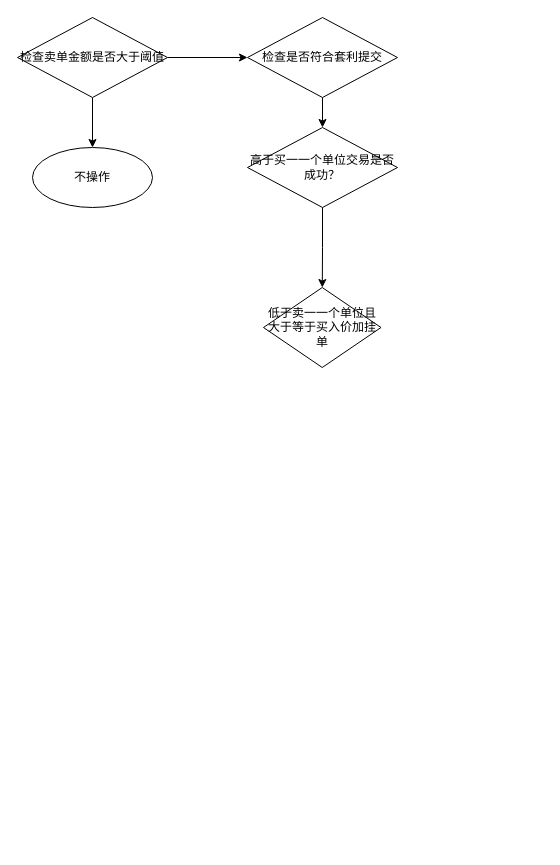
Above: page "第 2 页" (2 of 2) of gate.drawio in fzuguo/hello-world (draw.io), before the change. Source tidied: cells renumbered, new cells numbered last; positions are measured from the earlier drawing's top-left corner, leaving out a move shared by most shapes. Both pictures are drawn from the tidied source at 100%, with x=0, y=0 at pixel (17, 17).
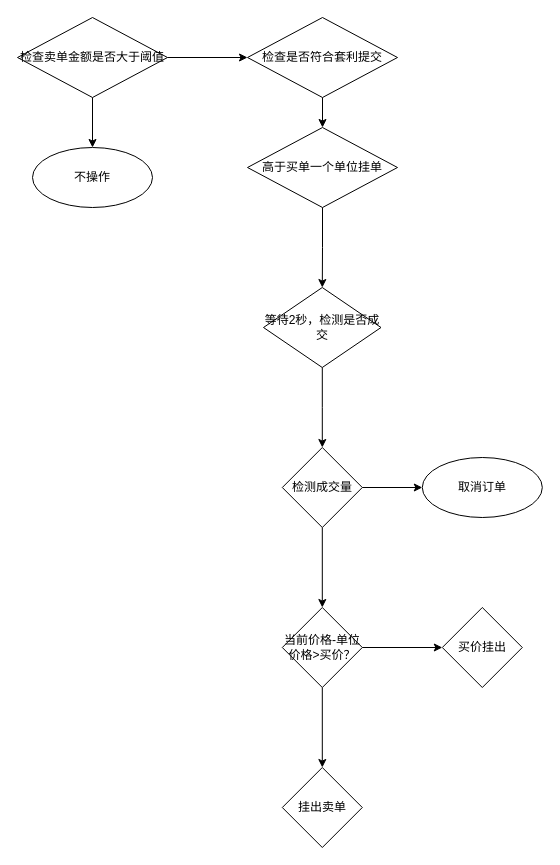
The same page after the edit.

What changed in the source:
```diff
@@
-    <mxCell id="9" value="高于买一一个单位交易是否成功？" style="rhombus;whiteSpace=wrap;html=1;" parent="1" vertex="1">
+    <mxCell id="9" value="高于买单一个单位挂单" style="rhombus;whiteSpace=wrap;html=1;" parent="1" vertex="1">
       <mxGeometry x="230" y="110" width="150" height="80" as="geometry" />
     </mxCell>
+    <mxCell id="11" style="edgeStyle=orthogonalEdgeStyle;rounded=0;jettySize=auto;html=1;" parent="1" edge="1" source="10" target="14">
+      <mxGeometry relative="1" as="geometry" />
+    </mxCell>
-    <mxCell id="10" value="低于卖一一个单位且 大于等于买入价加挂单" style="rhombus;whiteSpace=wrap;html=1;" parent="1" vertex="1">
+    <mxCell id="10" value="等待2秒，检测是否成交" style="rhombus;whiteSpace=wrap;html=1;" parent="1" vertex="1">
       <mxGeometry x="246" y="270" width="117.5" height="80" as="geometry" />
     </mxCell>
+    <mxCell id="12" style="edgeStyle=orthogonalEdgeStyle;rounded=0;jettySize=auto;html=1;" parent="1" edge="1" source="14" target="17">
+      <mxGeometry relative="1" as="geometry" />
+    </mxCell>
+    <mxCell id="13" style="edgeStyle=orthogonalEdgeStyle;rounded=0;jettySize=auto;html=1;" parent="1" edge="1" source="14" target="20">
+      <mxGeometry relative="1" as="geometry" />
+    </mxCell>
+    <mxCell id="14" value="检测成交量" style="rhombus;whiteSpace=wrap;html=1;" parent="1" vertex="1">
+      <mxGeometry x="264.8" y="430" width="80" height="80" as="geometry" />
+    </mxCell>
+    <mxCell id="15" style="edgeStyle=orthogonalEdgeStyle;rounded=0;jettySize=auto;html=1;" parent="1" edge="1" source="17" target="18">
+      <mxGeometry relative="1" as="geometry" />
+    </mxCell>
+    <mxCell id="16" style="edgeStyle=orthogonalEdgeStyle;rounded=0;jettySize=auto;html=1;" parent="1" edge="1" source="17" target="19">
+      <mxGeometry relative="1" as="geometry" />
+    </mxCell>
+    <mxCell id="17" value="当前价格-单位价格&amp;gt;买价？" style="rhombus;whiteSpace=wrap;html=1;" parent="1" vertex="1">
+      <mxGeometry x="264.8" y="590" width="80" height="80" as="geometry" />
+    </mxCell>
+    <mxCell id="18" value="挂出卖单" style="rhombus;whiteSpace=wrap;html=1;" parent="1" vertex="1">
+      <mxGeometry x="264.8" y="750" width="80" height="80" as="geometry" />
+    </mxCell>
+    <mxCell id="19" value="买价挂出" style="rhombus;whiteSpace=wrap;html=1;" parent="1" vertex="1">
+      <mxGeometry x="424.8" y="590" width="80" height="80" as="geometry" />
+    </mxCell>
+    <mxCell id="20" value="取消订单" style="ellipse;whiteSpace=wrap;html=1;" parent="1" vertex="1">
+      <mxGeometry x="404.8" y="440" width="120" height="60" as="geometry" />
+    </mxCell>
```
